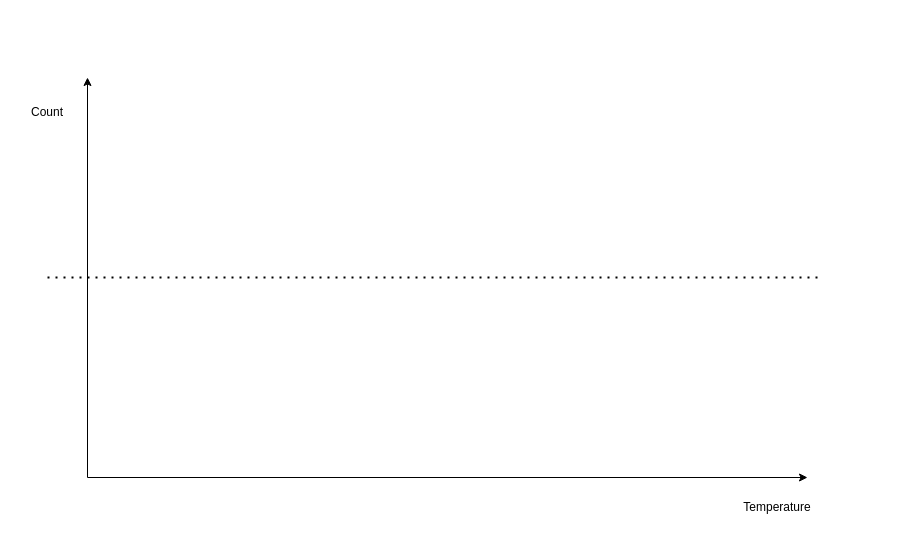
This is page "Page-1" (1 of 2) of Untitled Diagram.drawio from one-punch-dimash/kbtu_dv, a draw.io file, before an edit. Source tidied: cells renumbered, new cells numbered last; positions are measured from the earlier drawing's top-left corner, leaving out a move shared by most shapes. Both pictures are drawn from the tidied source at 100%, with x=0, y=0 at pixel (17, 77).
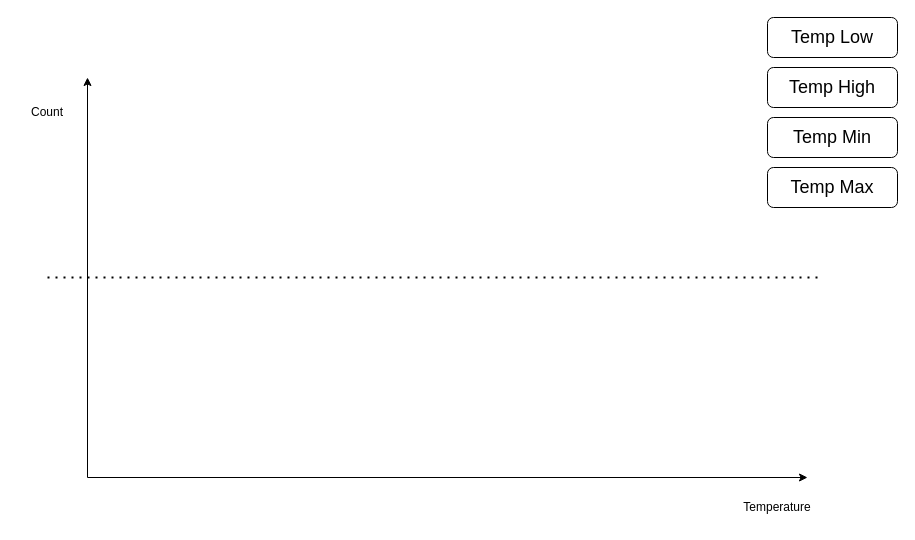
Above is the later version.

Change to the diagram source:
```diff
@@
 <mxGraphModel>
   <root>
     <mxCell id="0" />
     <mxCell id="1" parent="0" />
     <mxCell id="2" style="endArrow=classic;html=1;rounded=0;" parent="1" edge="1">
       <mxGeometry relative="1" as="geometry">
         <mxPoint x="70" y="400" as="sourcePoint" />
         <mxPoint x="790" y="400" as="targetPoint" />
       </mxGeometry>
     </mxCell>
     <mxCell id="3" style="endArrow=classic;html=1;rounded=0;" parent="1" edge="1">
       <mxGeometry relative="1" as="geometry">
         <mxPoint x="70" y="400" as="sourcePoint" />
         <mxPoint x="70" as="targetPoint" />
       </mxGeometry>
     </mxCell>
     <mxCell id="4" value="Temperature" style="text;html=1;strokeColor=none;fillColor=none;align=center;verticalAlign=middle;whiteSpace=wrap;rounded=0;" parent="1" vertex="1">
       <mxGeometry x="730" y="415" width="60" height="30" as="geometry" />
     </mxCell>
     <mxCell id="5" value="Count" style="text;html=1;strokeColor=none;fillColor=none;align=center;verticalAlign=middle;whiteSpace=wrap;rounded=0;" parent="1" vertex="1">
       <mxGeometry y="20" width="60" height="30" as="geometry" />
     </mxCell>
     <mxCell id="6" style="endArrow=none;dashed=1;html=1;dashPattern=1 3;strokeWidth=2;rounded=0;" parent="1" edge="1">
       <mxGeometry relative="1" as="geometry">
         <mxPoint x="30" y="200" as="sourcePoint" />
         <mxPoint x="800" y="200" as="targetPoint" />
       </mxGeometry>
     </mxCell>
+    <mxCell id="7" style="rounded=1;whiteSpace=wrap;html=1;" parent="1" vertex="1">
+      <mxGeometry x="750" y="-60" width="130" height="40" as="geometry" />
+    </mxCell>
+    <mxCell id="8" value="&lt;font style=&quot;font-size: 18px;&quot;&gt;Temp Low&lt;/font&gt;" style="text;html=1;strokeColor=none;fillColor=none;align=center;verticalAlign=middle;whiteSpace=wrap;rounded=0;" parent="1" vertex="1">
+      <mxGeometry x="750" y="-55" width="130" height="30" as="geometry" />
+    </mxCell>
+    <mxCell id="9" style="rounded=1;whiteSpace=wrap;html=1;" parent="1" vertex="1">
+      <mxGeometry x="750" y="-10" width="130" height="40" as="geometry" />
+    </mxCell>
+    <mxCell id="10" value="&lt;font style=&quot;font-size: 18px;&quot;&gt;Temp High&lt;/font&gt;" style="text;html=1;strokeColor=none;fillColor=none;align=center;verticalAlign=middle;whiteSpace=wrap;rounded=0;" parent="1" vertex="1">
+      <mxGeometry x="750" y="-5" width="130" height="30" as="geometry" />
+    </mxCell>
+    <mxCell id="11" style="rounded=1;whiteSpace=wrap;html=1;" parent="1" vertex="1">
+      <mxGeometry x="750" y="40" width="130" height="40" as="geometry" />
+    </mxCell>
+    <mxCell id="12" value="&lt;font style=&quot;font-size: 18px;&quot;&gt;Temp Min&lt;/font&gt;" style="text;html=1;strokeColor=none;fillColor=none;align=center;verticalAlign=middle;whiteSpace=wrap;rounded=0;" parent="1" vertex="1">
+      <mxGeometry x="750" y="45" width="130" height="30" as="geometry" />
+    </mxCell>
+    <mxCell id="13" style="rounded=1;whiteSpace=wrap;html=1;" parent="1" vertex="1">
+      <mxGeometry x="750" y="90" width="130" height="40" as="geometry" />
+    </mxCell>
+    <mxCell id="14" value="&lt;font style=&quot;font-size: 18px;&quot;&gt;Temp Max&lt;/font&gt;" style="text;html=1;strokeColor=none;fillColor=none;align=center;verticalAlign=middle;whiteSpace=wrap;rounded=0;" parent="1" vertex="1">
+      <mxGeometry x="750" y="95" width="130" height="30" as="geometry" />
+    </mxCell>
   </root>
 </mxGraphModel>
```
